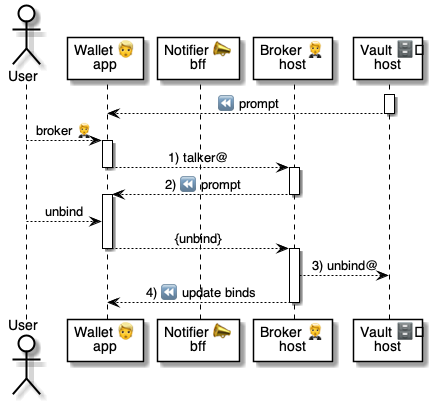
Above: 5 ⏩ Flows/90 🧑‍🦰👉 Wallets/30 👉🔗 Binds/.📎 Assets/⚙️ Unbind.png in pollyweb-org/pollyweb-docs (PlantUML), before the change. Its source is kept beside it as 5 ⏩ Flows/90 🧑‍🦰👉 Wallets/30 👉🔗 Binds/.📎 Assets/⚙️ Unbind.puml. The source it was exported from:
```plantuml
@startuml Unbind


actor "User" as user
participant "Wallet 👱\napp" as wallet
participant "Notifier 📣\nbff" as notifier
participant "Broker 🤵\nhost" as broker
participant "Vault 🗄️\nhost" as vault


activate vault
    vault --> wallet: ⏪ prompt
deactivate vault

user --> wallet: broker 🤵
activate wallet
    wallet --> broker: 1) talker@
deactivate wallet
activate broker
    broker --> wallet: 2) ⏪ prompt
deactivate broker

activate wallet
    user --> wallet: unbind
    wallet --> broker: {unbind}
deactivate wallet

activate broker
    broker --> vault: 3) unbind@
    broker --> wallet: 4) ⏪ update binds
deactivate broker


@enduml
```
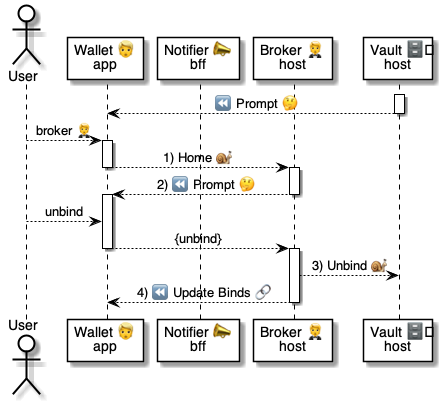
After the commit.

What changed in the source:
```diff
@@ -9,15 +9,15 @@
 
 
 activate vault
-    vault --> wallet: ⏪ prompt
+    vault --> wallet: ⏪ Prompt 🤔
 deactivate vault
 
 user --> wallet: broker 🤵
 activate wallet
-    wallet --> broker: 1) talker@
+    wallet --> broker: 1) Home 🐌
 deactivate wallet
 activate broker
-    broker --> wallet: 2) ⏪ prompt
+    broker --> wallet: 2) ⏪ Prompt 🤔
 deactivate broker
 
 activate wallet
@@ -26,8 +26,8 @@
 deactivate wallet
 
 activate broker
-    broker --> vault: 3) unbind@
-    broker --> wallet: 4) ⏪ update binds
+    broker --> vault: 3) Unbind 🐌
+    broker --> wallet: 4) ⏪ Update Binds 🔗
 deactivate broker
 
 
```
